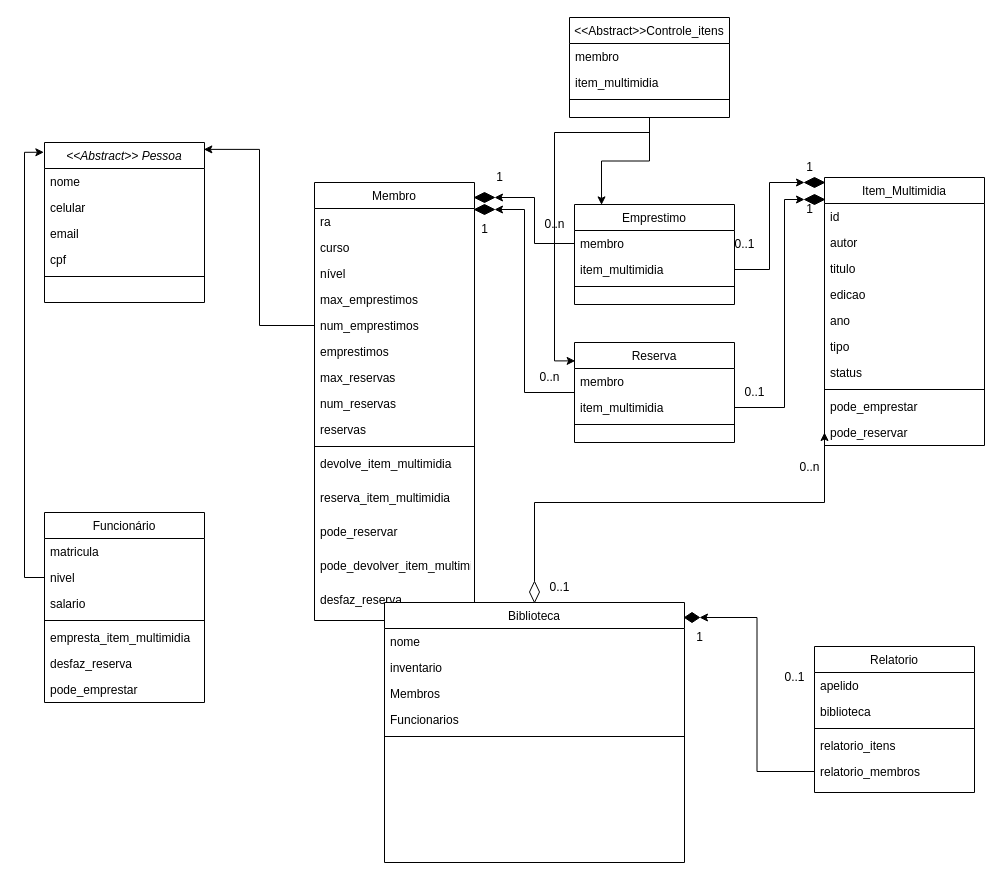
Earlier version of the draw.io diagram lab03/Diagrama.drawio (Vitor-Boldrin/MC322). Source tidied: cells renumbered, new cells numbered last; positions are measured from the earlier drawing's top-left corner, leaving out a move shared by most shapes. Both pictures are drawn from the tidied source at 100%, with x=0, y=0 at pixel (44, 17).
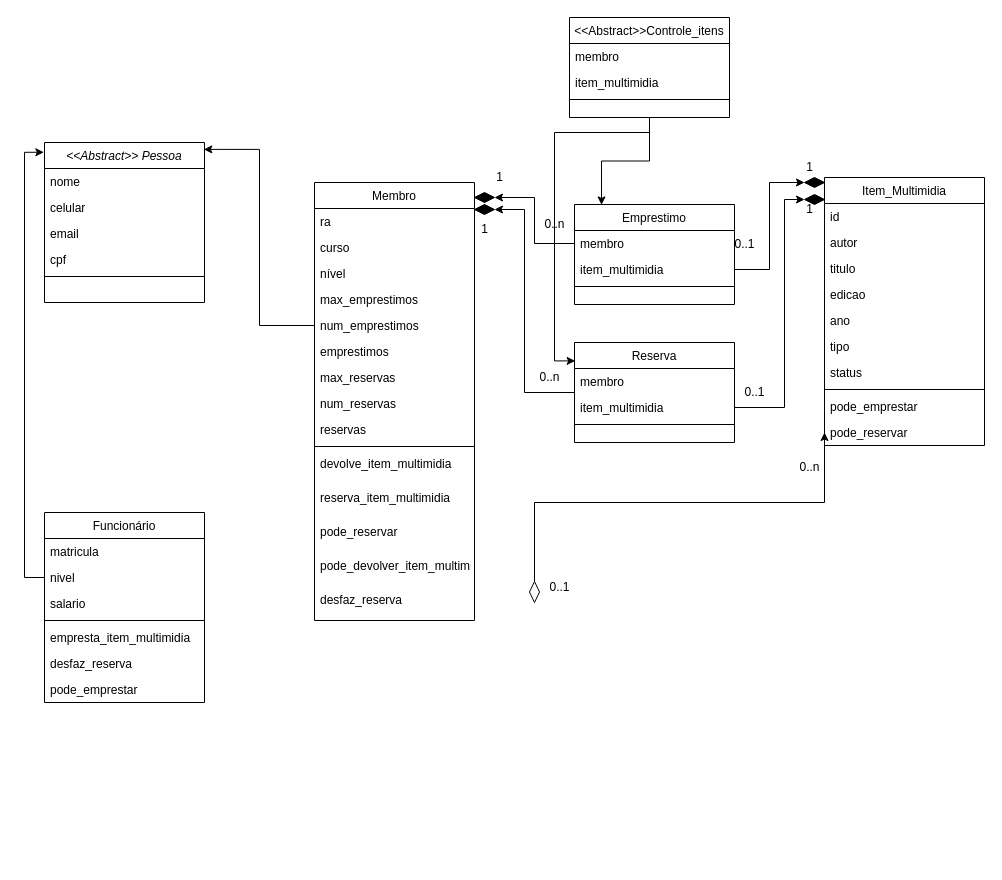
The same diagram, later.

Change to the diagram source:
```diff
@@
-    <mxCell id="53" value="Biblioteca" style="swimlane;fontStyle=0;align=center;verticalAlign=top;horizontal=1;startSize=26;rounded=0;shadow=0;strokeWidth=1;" parent="1" vertex="1">
-      <mxGeometry x="340" y="585" width="300" height="260" as="geometry" />
-    </mxCell>
-    <mxCell id="54" value="nome" style="text;align=left;verticalAlign=top;spacingLeft=4;spacingRight=4;overflow=hidden;" parent="53" vertex="1">
-      <mxGeometry y="26" width="300" height="26" as="geometry" />
-    </mxCell>
-    <mxCell id="55" value="inventario" style="text;align=left;verticalAlign=top;spacingLeft=4;spacingRight=4;overflow=hidden;rounded=0;shadow=0;html=0;" parent="53" vertex="1">
-      <mxGeometry y="52" width="300" height="26" as="geometry" />
-    </mxCell>
-    <mxCell id="56" value="Membros" style="text;align=left;verticalAlign=top;spacingLeft=4;spacingRight=4;overflow=hidden;rounded=0;shadow=0;html=0;" parent="53" vertex="1">
-      <mxGeometry y="78" width="300" height="26" as="geometry" />
-    </mxCell>
-    <mxCell id="57" value="Funcionarios" style="text;align=left;verticalAlign=top;spacingLeft=4;spacingRight=4;overflow=hidden;rounded=0;shadow=0;html=0;" parent="53" vertex="1">
-      <mxGeometry y="104" width="300" height="26" as="geometry" />
-    </mxCell>
-    <mxCell id="58" style="line;html=1;strokeWidth=1;align=left;verticalAlign=middle;spacingTop=-1;spacingLeft=3;spacingRight=3;labelPosition=right;" parent="53" vertex="1">
-      <mxGeometry y="130" width="300" height="8" as="geometry" />
-    </mxCell>
-    <mxCell id="59" value="Relatorio&#10;" style="swimlane;fontStyle=0;align=center;verticalAlign=top;horizontal=1;startSize=26;rounded=0;shadow=0;strokeWidth=1;" parent="1" vertex="1">
-      <mxGeometry x="770" y="629" width="160" height="146" as="geometry" />
-    </mxCell>
-    <mxCell id="60" value="apelido" style="text;align=left;verticalAlign=top;spacingLeft=4;spacingRight=4;overflow=hidden;" parent="59" vertex="1">
-      <mxGeometry y="26" width="160" height="26" as="geometry" />
-    </mxCell>
-    <mxCell id="61" value="biblioteca" style="text;align=left;verticalAlign=top;spacingLeft=4;spacingRight=4;overflow=hidden;" parent="59" vertex="1">
-      <mxGeometry y="52" width="160" height="26" as="geometry" />
-    </mxCell>
-    <mxCell id="62" style="line;html=1;strokeWidth=1;align=left;verticalAlign=middle;spacingTop=-1;spacingLeft=3;spacingRight=3;labelPosition=right;" parent="59" vertex="1">
-      <mxGeometry y="78" width="160" height="8" as="geometry" />
-    </mxCell>
-    <mxCell id="63" value="relatorio_itens" style="text;align=left;verticalAlign=top;spacingLeft=4;spacingRight=4;overflow=hidden;" parent="59" vertex="1">
-      <mxGeometry y="86" width="160" height="26" as="geometry" />
-    </mxCell>
-    <mxCell id="64" value="relatorio_membros" style="text;align=left;verticalAlign=top;spacingLeft=4;spacingRight=4;overflow=hidden;points=[[0,0.5],[1,0.5]];portConstraint=eastwest;" parent="59" vertex="1">
-      <mxGeometry y="112" width="160" height="26" as="geometry" />
-    </mxCell>
@@
-    <mxCell id="73" value="0..1" style="text;html=1;align=center;verticalAlign=middle;strokeColor=none;fillColor=none;" parent="1" vertex="1">
-      <mxGeometry x="730" y="645" width="40" height="30" as="geometry" />
-    </mxCell>
-    <mxCell id="74" value="1" style="text;html=1;align=center;verticalAlign=middle;strokeColor=none;fillColor=none;" parent="1" vertex="1">
-      <mxGeometry x="640" y="605" width="30" height="30" as="geometry" />
-    </mxCell>
-    <mxCell id="75" style="rhombus;whiteSpace=wrap;html=1;gradientColor=none;fillColor=#000000;" parent="1" vertex="1">
-      <mxGeometry x="640" y="595" width="15" height="10" as="geometry" />
-    </mxCell>
@@
-    <mxCell id="88" style="edgeStyle=orthogonalEdgeStyle;rounded=0;jettySize=auto;html=1;entryX=1;entryY=0.5;entryDx=0;entryDy=0;" parent="1" edge="1" source="64" target="75">
-      <mxGeometry relative="1" as="geometry" />
-    </mxCell>
```
